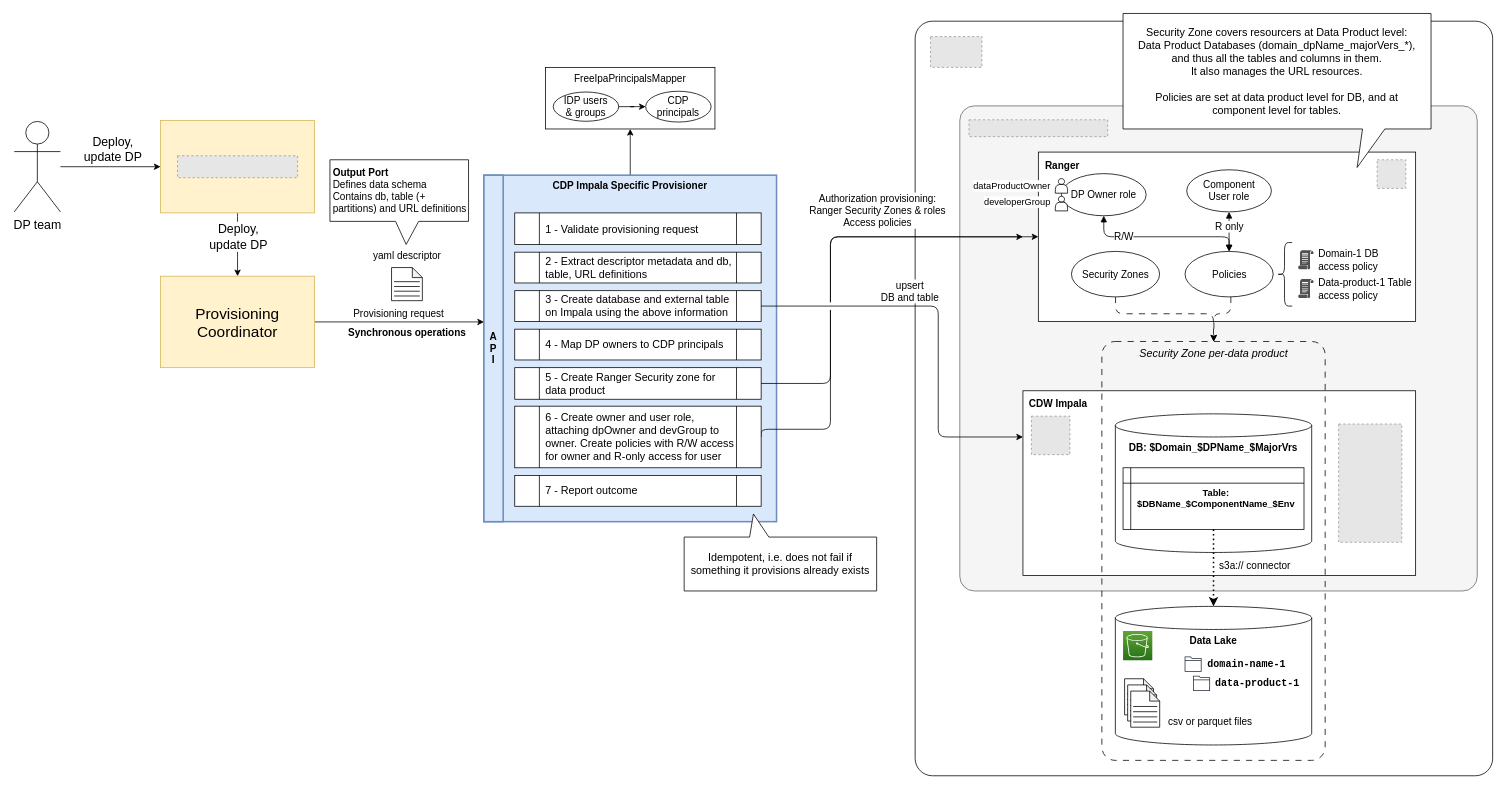
agile-lab-dev/witboost-cdp-impala-specific-provisioner keeps this draw.io diagram as page "OP - Provisioning" (1 of 13) of docs/hld.drawio. Above is the earlier version. Source tidied: cells renumbered, new cells numbered last; positions are measured from the earlier drawing's top-left corner, leaving out a move shared by most shapes. Both pictures are drawn from the tidied source at 77%, with x=0, y=0 at pixel (14, 13). Pictures stored in the file or linked from it are replaced by grey dashed boxes.
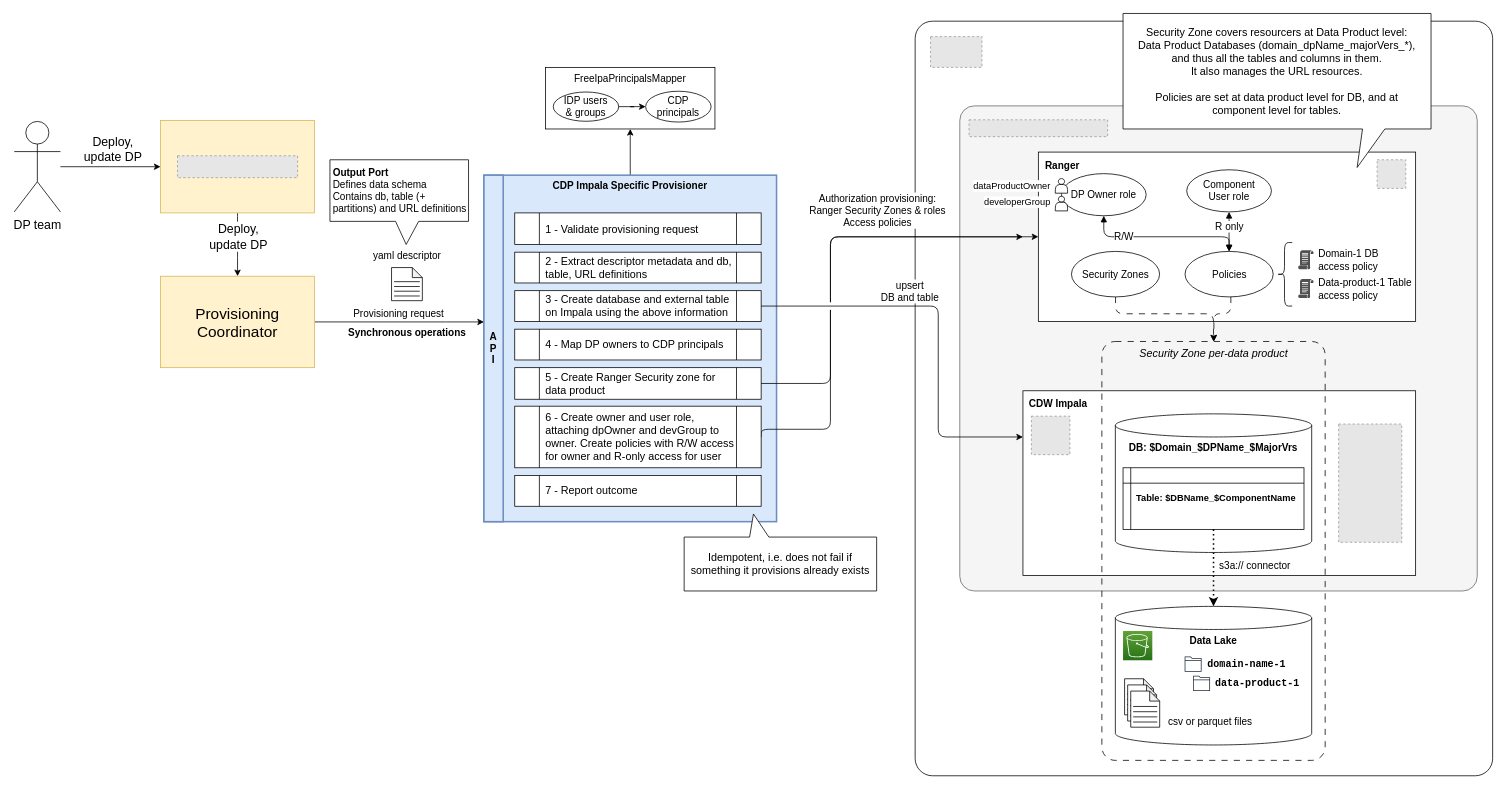
Above is the later version.

The change refers to these unchanged cells:
```xml
<mxCell id="10" style="group;fontSize=13;" parent="9" vertex="1">
  <mxGeometry width="470" height="280" as="geometry" />
</mxCell>
```

What changed in the source:
```diff
@@
-    <mxCell id="14" value="&lt;b style=&quot;font-size: 12px;&quot;&gt;Table: $DBName_$ComponentName_$Env&lt;/b&gt;" style="shape=internalStorage;whiteSpace=wrap;html=1;backgroundOutline=1;dx=10;dy=20;spacing=0;fontSize=12;spacingLeft=7;" parent="10" vertex="1">
+    <mxCell id="14" value="&lt;b style=&quot;font-size: 12px;&quot;&gt;Table: $DBName_$ComponentName&lt;/b&gt;" style="shape=internalStorage;whiteSpace=wrap;html=1;backgroundOutline=1;dx=10;dy=20;spacing=0;fontSize=12;spacingLeft=7;" parent="10" vertex="1">
       <mxGeometry x="90" y="100" width="235" height="80" as="geometry" />
     </mxCell>
```
